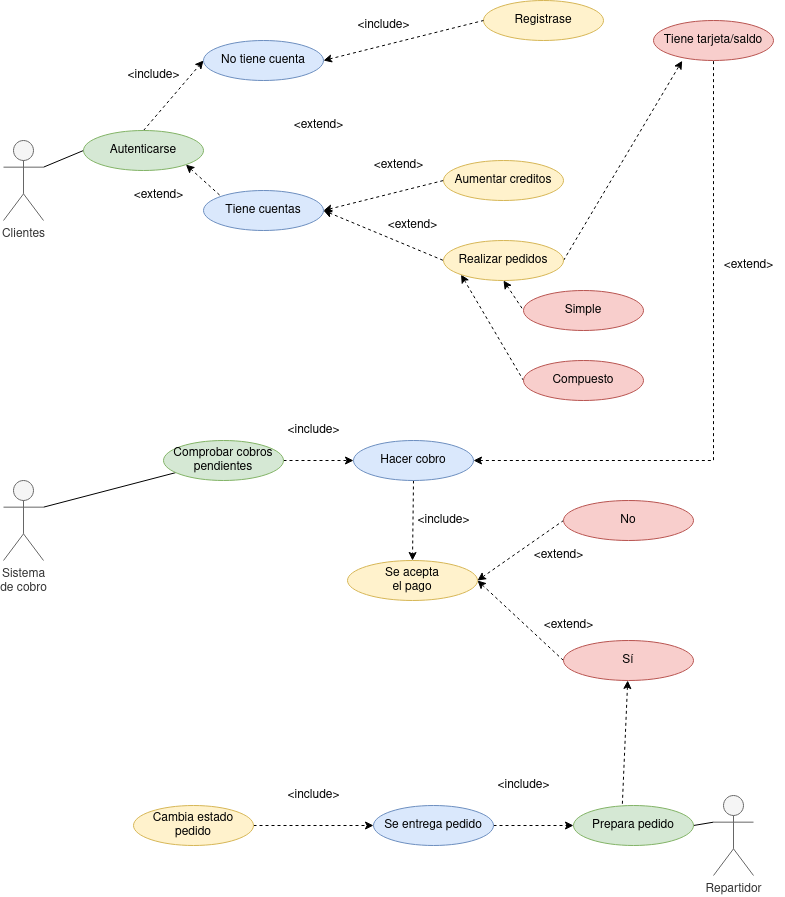
Earlier version of the draw.io export img/Tienda_virtual.drawio.png (Aeyoz/entornos-desarrollo). Source tidied: cells renumbered, new cells last; positions are measured from the earlier drawing's top-left corner, leaving out a move shared by most shapes.
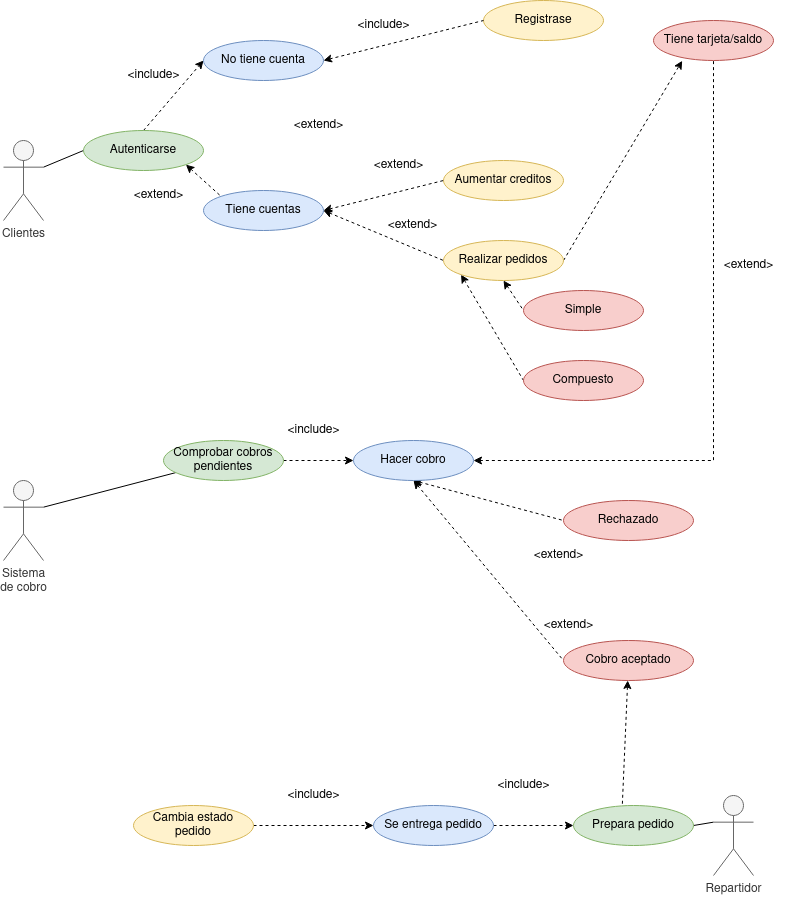
After the change.

Change to the diagram source:
```diff
@@ -45,9 +45,12 @@
         </Array>
       </mxGeometry>
     </mxCell>
-    <mxCell id="15" style="edgeStyle=none;rounded=0;jettySize=auto;html=1;exitX=0.5;exitY=1;exitDx=0;exitDy=0;entryX=0.5;entryY=0;entryDx=0;entryDy=0;dashed=1;strokeColor=default;startArrow=none;startFill=0;endArrow=classic;endFill=1;" parent="1" edge="1" source="16" target="36">
-      <mxGeometry relative="1" as="geometry" />
-    </mxCell>
+    <mxCell id="54" style="edgeStyle=none;rounded=0;jettySize=auto;html=1;exitX=0.5;exitY=1;exitDx=0;exitDy=0;entryX=0;entryY=0.5;entryDx=0;entryDy=0;dashed=1;strokeColor=default;startArrow=classic;startFill=1;endArrow=none;endFill=0;" parent="1" edge="1" source="16" target="38">
+      <mxGeometry relative="1" as="geometry" />
+    </mxCell>
+    <mxCell id="55" style="edgeStyle=none;rounded=0;jettySize=auto;html=1;exitX=0.5;exitY=1;exitDx=0;exitDy=0;entryX=0;entryY=0.5;entryDx=0;entryDy=0;dashed=1;strokeColor=default;startArrow=classic;startFill=1;endArrow=none;endFill=0;" parent="1" edge="1" source="16" target="40">
+      <mxGeometry relative="1" as="geometry" />
+    </mxCell>
     <mxCell id="16" value="Hacer cobro" style="ellipse;whiteSpace=wrap;html=1;fillColor=#dae8fc;strokeColor=#6c8ebf;" parent="1" vertex="1">
       <mxGeometry x="350" y="440" width="120" height="40" as="geometry" />
     </mxCell>
@@ -102,25 +105,13 @@
     <mxCell id="33" value="&amp;lt;include&amp;gt;" style="text;html=1;align=center;verticalAlign=middle;strokeColor=none;fillColor=none;" parent="1" vertex="1">
       <mxGeometry x="340" y="10" width="80" height="30" as="geometry" />
     </mxCell>
-    <mxCell id="34" style="edgeStyle=none;rounded=0;jettySize=auto;html=1;exitX=1;exitY=0.5;exitDx=0;exitDy=0;entryX=0;entryY=0.5;entryDx=0;entryDy=0;dashed=1;strokeColor=default;startArrow=classic;startFill=1;endArrow=none;endFill=0;" parent="1" edge="1" source="36" target="38">
-      <mxGeometry relative="1" as="geometry" />
-    </mxCell>
-    <mxCell id="35" style="edgeStyle=none;rounded=0;jettySize=auto;html=1;exitX=1;exitY=0.5;exitDx=0;exitDy=0;entryX=0;entryY=0.5;entryDx=0;entryDy=0;dashed=1;strokeColor=default;startArrow=classic;startFill=1;endArrow=none;endFill=0;" parent="1" edge="1" source="36" target="40">
-      <mxGeometry relative="1" as="geometry" />
-    </mxCell>
-    <mxCell id="36" value="&lt;div&gt;Se acepta &lt;br&gt;&lt;/div&gt;&lt;div&gt;el pago&lt;/div&gt;" style="ellipse;whiteSpace=wrap;html=1;fillColor=#fff2cc;strokeColor=#d6b656;" parent="1" vertex="1">
-      <mxGeometry x="344" y="560" width="130" height="40" as="geometry" />
-    </mxCell>
-    <mxCell id="37" value="&amp;lt;include&amp;gt;" style="text;html=1;align=center;verticalAlign=middle;strokeColor=none;fillColor=none;" parent="1" vertex="1">
-      <mxGeometry x="400" y="505" width="80" height="30" as="geometry" />
-    </mxCell>
-    <mxCell id="38" value="No" style="ellipse;whiteSpace=wrap;html=1;fillColor=#f8cecc;strokeColor=#b85450;" parent="1" vertex="1">
+    <mxCell id="38" value="Rechazado" style="ellipse;whiteSpace=wrap;html=1;fillColor=#f8cecc;strokeColor=#b85450;" parent="1" vertex="1">
       <mxGeometry x="560" y="500" width="130" height="40" as="geometry" />
     </mxCell>
     <mxCell id="39" style="edgeStyle=none;rounded=0;jettySize=auto;html=1;entryX=0.406;entryY=0.043;entryDx=0;entryDy=0;entryPerimeter=0;strokeColor=default;startArrow=classic;startFill=1;endArrow=none;endFill=0;dashed=1;" parent="1" edge="1" source="40" target="45">
       <mxGeometry relative="1" as="geometry" />
     </mxCell>
-    <mxCell id="40" value="Sí" style="ellipse;whiteSpace=wrap;html=1;fillColor=#f8cecc;strokeColor=#b85450;" parent="1" vertex="1">
+    <mxCell id="40" value="Cobro aceptado" style="ellipse;whiteSpace=wrap;html=1;fillColor=#f8cecc;strokeColor=#b85450;" parent="1" vertex="1">
       <mxGeometry x="560" y="640" width="130" height="40" as="geometry" />
     </mxCell>
     <mxCell id="41" value="&amp;lt;extend&amp;gt;" style="text;html=1;align=center;verticalAlign=middle;strokeColor=none;fillColor=none;" parent="1" vertex="1">
@@ -162,5 +153,8 @@
     <mxCell id="53" value="Compuesto" style="ellipse;whiteSpace=wrap;html=1;fillColor=#f8cecc;strokeColor=#b85450;" parent="1" vertex="1">
       <mxGeometry x="520" y="360" width="120" height="40" as="geometry" />
     </mxCell>
+    <mxCell id="56" style="edgeStyle=none;rounded=0;orthogonalLoop=1;jettySize=auto;html=1;entryX=0.5;entryY=1;entryDx=0;entryDy=0;dashed=1;strokeColor=default;startArrow=classic;startFill=1;endArrow=none;endFill=0;" parent="1" edge="1" source="16" target="16">
+      <mxGeometry relative="1" as="geometry" />
+    </mxCell>
   </root>
 </mxGraphModel>
```
